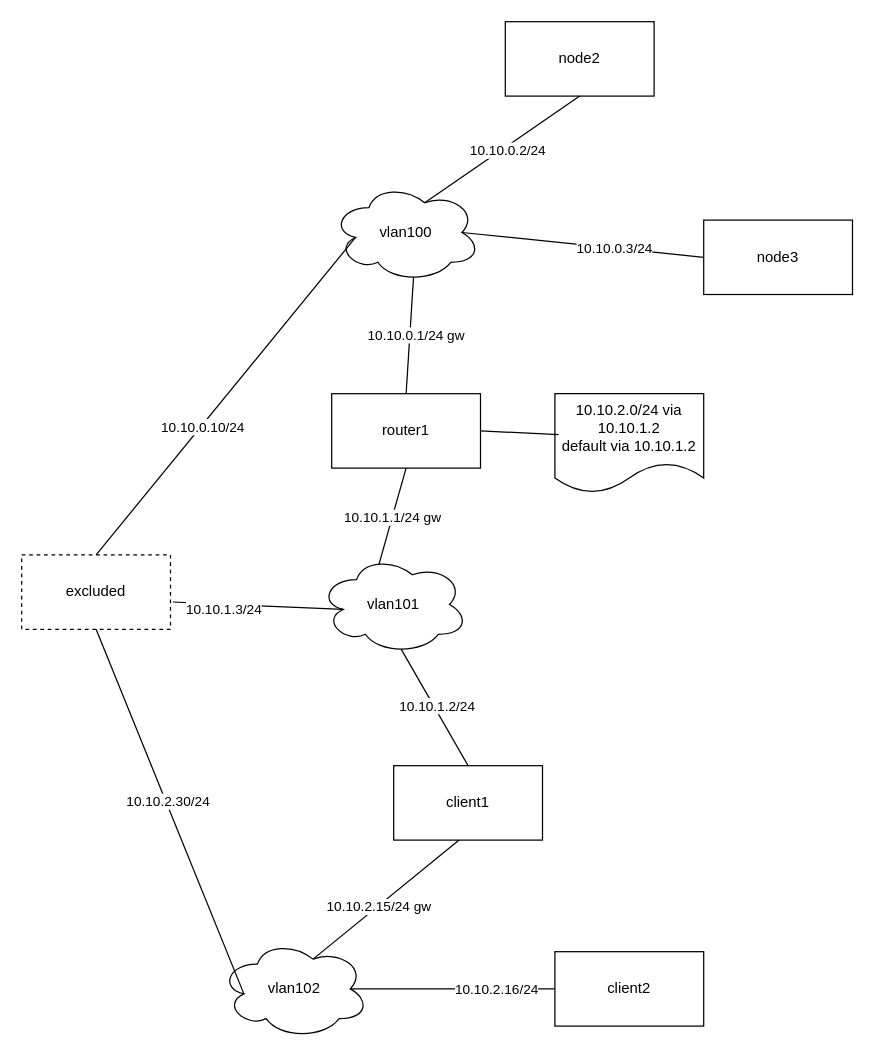
Earlier version of the draw.io diagram testing.drawio (mverboom/pve-testenv). Source tidied: cells renumbered, new cells numbered last; positions are measured from the earlier drawing's top-left corner, leaving out a move shared by most shapes. Both pictures are drawn from the tidied source at 124%, with x=0, y=0 at pixel (21, 21).
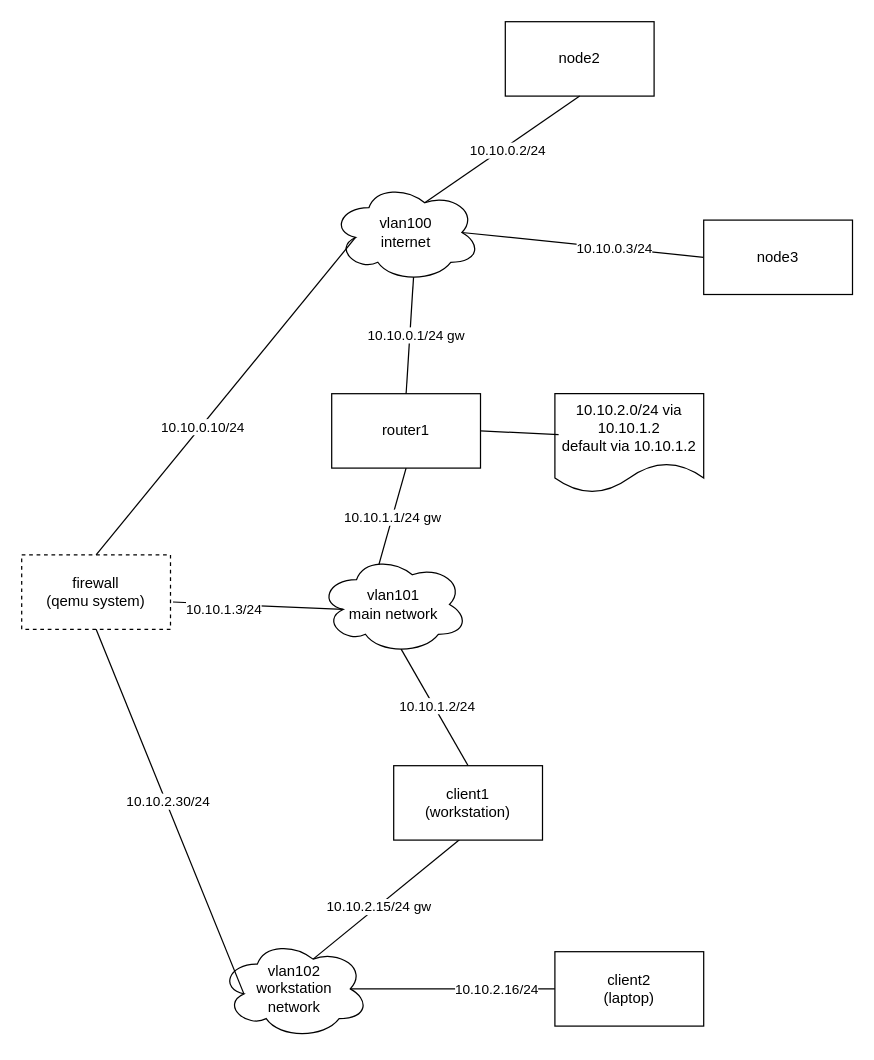
The same diagram, later.

Diff of the diagram source:
```diff
@@
-    <mxCell id="3" value="vlan100" style="ellipse;shape=cloud;whiteSpace=wrap;html=1;" parent="1" vertex="1">
+    <mxCell id="3" value="vlan100&lt;div&gt;internet&lt;/div&gt;" style="ellipse;shape=cloud;whiteSpace=wrap;html=1;" parent="1" vertex="1">
       <mxGeometry x="250" y="130" width="120" height="80" as="geometry" />
     </mxCell>
@@
-    <mxCell id="12" value="vlan101" style="ellipse;shape=cloud;whiteSpace=wrap;html=1;" parent="1" vertex="1">
+    <mxCell id="12" value="vlan101&lt;div&gt;main network&lt;/div&gt;" style="ellipse;shape=cloud;whiteSpace=wrap;html=1;" parent="1" vertex="1">
       <mxGeometry x="240" y="430" width="120" height="80" as="geometry" />
     </mxCell>
@@
-    <mxCell id="19" value="vlan102" style="ellipse;shape=cloud;whiteSpace=wrap;html=1;" parent="1" vertex="1">
+    <mxCell id="19" value="vlan102&lt;div&gt;workstation&lt;/div&gt;&lt;div&gt;network&lt;/div&gt;" style="ellipse;shape=cloud;whiteSpace=wrap;html=1;" parent="1" vertex="1">
       <mxGeometry x="160" y="740" width="120" height="80" as="geometry" />
     </mxCell>
@@
-    <mxCell id="24" value="client1" style="rounded=0;whiteSpace=wrap;html=1;" parent="1" vertex="1">
+    <mxCell id="24" value="client1&lt;div&gt;(workstation)&lt;/div&gt;" style="rounded=0;whiteSpace=wrap;html=1;" parent="1" vertex="1">
       <mxGeometry x="300" y="600" width="120" height="60" as="geometry" />
     </mxCell>
-    <mxCell id="25" value="client2" style="rounded=0;whiteSpace=wrap;html=1;" parent="1" vertex="1">
+    <mxCell id="25" value="client2&lt;div&gt;(laptop)&lt;/div&gt;" style="rounded=0;whiteSpace=wrap;html=1;" parent="1" vertex="1">
       <mxGeometry x="430" y="750" width="120" height="60" as="geometry" />
     </mxCell>
-    <mxCell id="26" value="excluded" style="rounded=0;whiteSpace=wrap;html=1;dashed=1;" parent="1" vertex="1">
+    <mxCell id="26" value="firewall&lt;div&gt;(qemu system)&lt;/div&gt;" style="rounded=0;whiteSpace=wrap;html=1;dashed=1;" parent="1" vertex="1">
       <mxGeometry y="430" width="120" height="60" as="geometry" />
     </mxCell>
```
